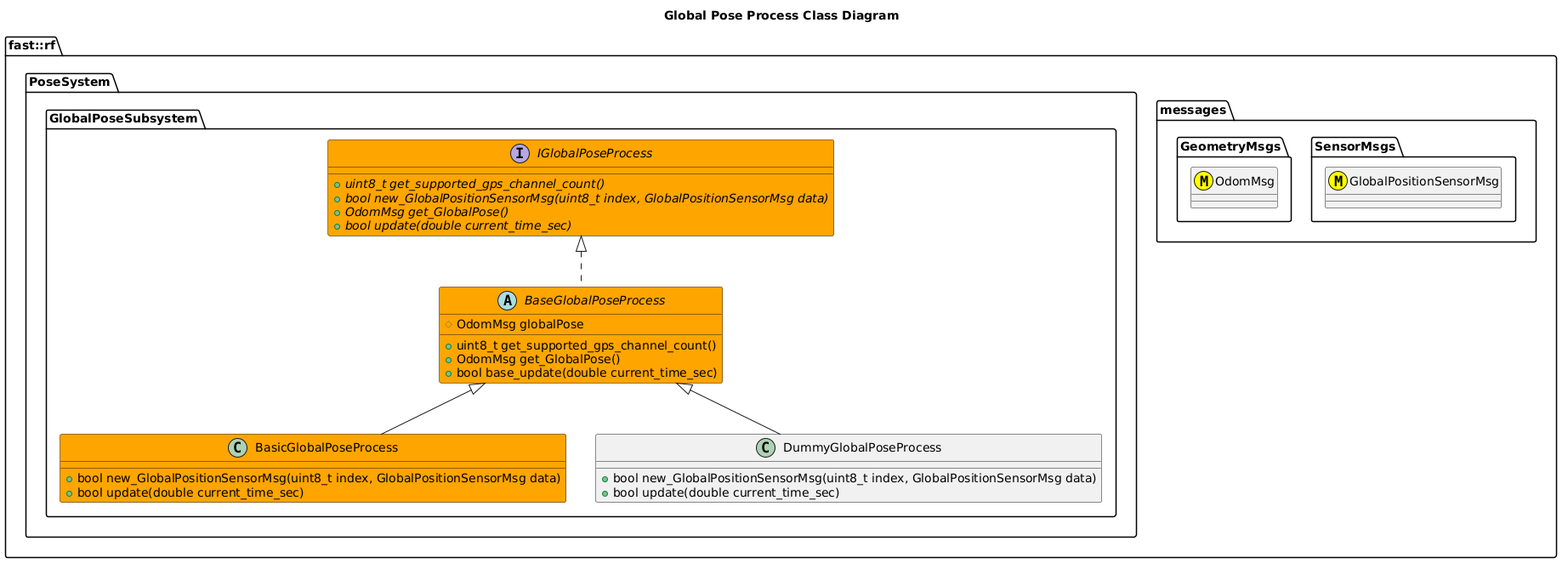
fastrobotics/robot_framework keeps this PlantUML diagram as Systems/Pose/Subsystems/GlobalPoseSubsystem/Processes/GlobalPoseProcess/doc/puml/GlobalPoseProcessClassDiagram.png. Above is the earlier version.
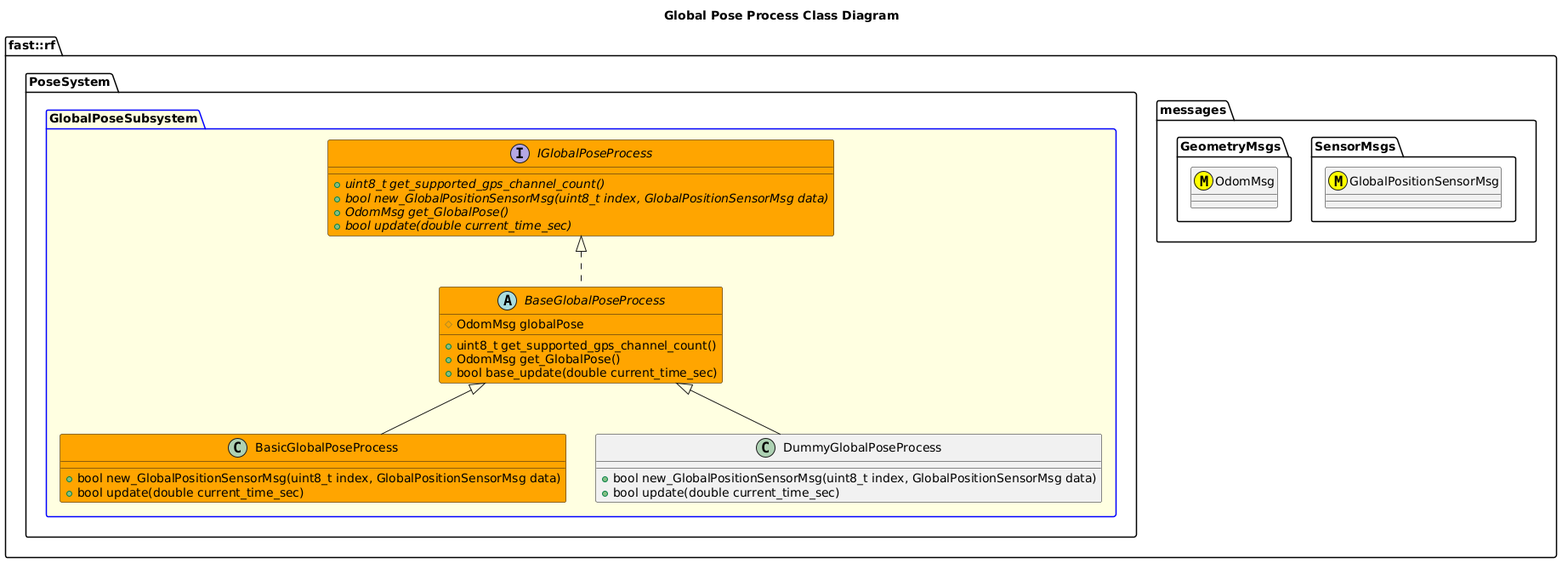
The same diagram one commit later.

What changed in the source:
```diff
@@ -11,31 +11,31 @@
     }
   }
   namespace PoseSystem {
-    namespace GlobalPoseSubsystem {
-        interface IGlobalPoseProcess #Orange {
-          +{abstract} uint8_t get_supported_gps_channel_count()
-          +{abstract} bool new_GlobalPositionSensorMsg(uint8_t index, GlobalPositionSensorMsg data)
-          +{abstract} OdomMsg get_GlobalPose()
-          +{abstract} bool update(double current_time_sec)
-        }
-        abstract BaseGlobalPoseProcess #Orange {
-          +uint8_t get_supported_gps_channel_count()
-          +OdomMsg get_GlobalPose()
-          +bool base_update(double current_time_sec)
-          #OdomMsg globalPose
+    package GlobalPoseSubsystem #LightYellow;line:blue {
+      interface IGlobalPoseProcess #Orange {
+        +{abstract} uint8_t get_supported_gps_channel_count()
+        +{abstract} bool new_GlobalPositionSensorMsg(uint8_t index, GlobalPositionSensorMsg data)
+        +{abstract} OdomMsg get_GlobalPose()
+        +{abstract} bool update(double current_time_sec)
+      }
+      abstract BaseGlobalPoseProcess #Orange {
+        +uint8_t get_supported_gps_channel_count()
+        +OdomMsg get_GlobalPose()
+        +bool base_update(double current_time_sec)
+        #OdomMsg globalPose
 
-        }
-        BaseGlobalPoseProcess .up.|> IGlobalPoseProcess
-        class BasicGlobalPoseProcess #Orange {
-          +bool new_GlobalPositionSensorMsg(uint8_t index, GlobalPositionSensorMsg data)
-          +bool update(double current_time_sec)
-        }
-        BasicGlobalPoseProcess -up-|> BaseGlobalPoseProcess
-        class DummyGlobalPoseProcess {
-          +bool new_GlobalPositionSensorMsg(uint8_t index, GlobalPositionSensorMsg data)
-          +bool update(double current_time_sec)
-        }
-        DummyGlobalPoseProcess -up-|> BaseGlobalPoseProcess
+      }
+      BaseGlobalPoseProcess .up.|> IGlobalPoseProcess
+      class BasicGlobalPoseProcess #Orange {
+        +bool new_GlobalPositionSensorMsg(uint8_t index, GlobalPositionSensorMsg data)
+        +bool update(double current_time_sec)
+      }
+      BasicGlobalPoseProcess -up-|> BaseGlobalPoseProcess
+      class DummyGlobalPoseProcess {
+        +bool new_GlobalPositionSensorMsg(uint8_t index, GlobalPositionSensorMsg data)
+        +bool update(double current_time_sec)
+      }
+      DummyGlobalPoseProcess -up-|> BaseGlobalPoseProcess
     }
   }
 }
```
